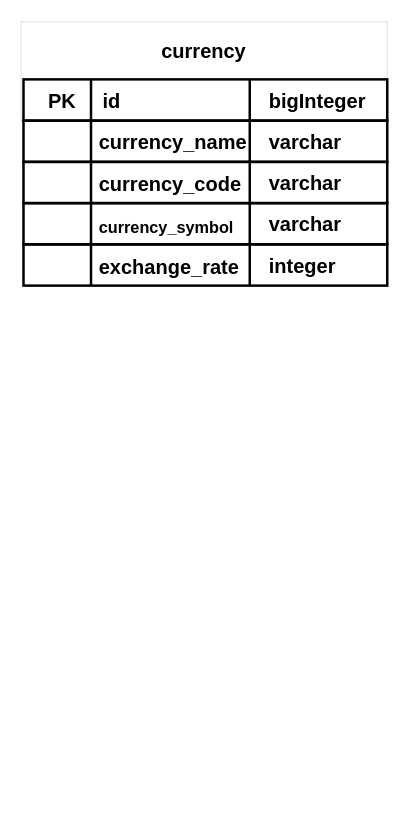
Earlier version of the draw.io diagram page "general" (2 of 4) of inventory_db.drawio (efthakhar/inventory_sytem_database_design). Source tidied: cells renumbered, new cells numbered last; positions are measured from the earlier drawing's top-left corner, leaving out a move shared by most shapes. Both pictures are drawn from the tidied source at 125%, with x=0, y=0 at pixel (20, 21).
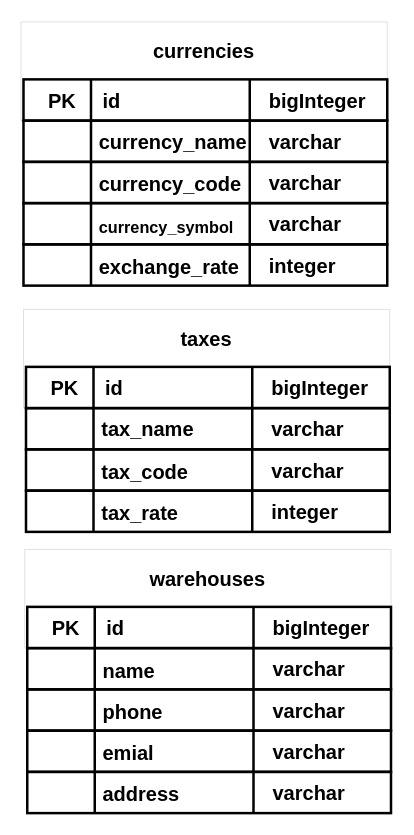
Above is the later version.

The edit, as a diff of the source:
```diff
@@
-    <mxCell id="2" value="currency" style="swimlane;startSize=45;fontSize=16;strokeColor=#000000;swimlaneLine=0;fontColor=default;strokeWidth=0;rounded=0;" parent="1" vertex="1">
+    <mxCell id="2" value="currencies" style="swimlane;startSize=45;fontSize=16;strokeColor=#000000;swimlaneLine=0;fontColor=default;strokeWidth=0;rounded=0;" parent="1" vertex="1">
       <mxGeometry x="0.3" width="293" height="79" as="geometry" />
     </mxCell>
@@
+    <mxCell id="29" value="taxes" style="swimlane;startSize=45;fontSize=16;strokeColor=#000000;swimlaneLine=0;fontColor=default;strokeWidth=0;rounded=0;" parent="1" vertex="1">
+      <mxGeometry x="2.3" y="230" width="293" height="79" as="geometry" />
+    </mxCell>
+    <mxCell id="30" style="rounded=0;whiteSpace=wrap;html=1;labelBorderColor=none;fontSize=12;fontColor=default;strokeColor=#000000;strokeWidth=2;fillColor=none;flipV=0;flipH=1;rotation=0;" parent="29" vertex="1">
+      <mxGeometry x="2" y="46" width="291" height="33" as="geometry" />
+    </mxCell>
+    <mxCell id="31" value="bigInteger" style="text;html=1;align=left;verticalAlign=middle;fillColor=none;strokeColor=none;rounded=0;labelBorderColor=none;fontSize=16;fontColor=#000000;fontStyle=1;labelPosition=center;verticalLabelPosition=middle;spacing=0;flipV=0;flipH=1;rotation=0;" parent="30" vertex="1">
+      <mxGeometry x="197" y="5" width="87" height="23" as="geometry" />
+    </mxCell>
+    <mxCell id="32" value="id" style="text;html=1;align=left;verticalAlign=middle;fillColor=none;strokeColor=none;rounded=0;labelBorderColor=none;fontSize=16;fontColor=#000000;fontStyle=1;labelPosition=center;verticalLabelPosition=middle;flipV=0;flipH=1;rotation=0;" parent="30" vertex="1">
+      <mxGeometry x="62" y="5" width="24" height="23" as="geometry" />
+    </mxCell>
+    <mxCell id="33" value="PK" style="text;html=1;align=center;verticalAlign=middle;fillColor=none;strokeColor=none;rounded=0;labelBorderColor=none;fontSize=16;fontColor=#000000;fontStyle=1;labelPosition=center;verticalLabelPosition=middle;flipV=0;flipH=1;rotation=0;" parent="30" vertex="1">
+      <mxGeometry x="15" y="5" width="32" height="23" as="geometry" />
+    </mxCell>
+    <mxCell id="34" style="line;strokeWidth=2;direction=south;html=1;perimeter=backbonePerimeter;labelBorderColor=none;fontSize=12;fontColor=#000000;fillColor=none;strokeColor=#000000;flipV=0;flipH=1;rotation=0;rounded=0;" parent="30" vertex="1">
+      <mxGeometry x="49" width="10" height="33" as="geometry" />
+    </mxCell>
+    <mxCell id="35" style="line;strokeWidth=2;direction=south;html=1;perimeter=backbonePerimeter;labelBorderColor=none;fontSize=12;fontColor=#000000;fillColor=none;strokeColor=#000000;flipV=0;flipH=1;rotation=0;rounded=0;" parent="30" vertex="1">
+      <mxGeometry x="176" width="10" height="33" as="geometry" />
+    </mxCell>
+    <mxCell id="36" style="rounded=0;whiteSpace=wrap;html=1;labelBorderColor=none;fontSize=12;fontColor=default;strokeColor=#000000;strokeWidth=2;fillColor=none;flipV=0;flipH=1;rotation=0;" parent="1" vertex="1">
+      <mxGeometry x="4.3" y="309" width="291" height="33" as="geometry" />
+    </mxCell>
+    <mxCell id="37" value="varchar" style="text;html=1;align=left;verticalAlign=middle;fillColor=none;strokeColor=none;rounded=0;labelBorderColor=none;fontSize=16;fontColor=#000000;fontStyle=1;labelPosition=center;verticalLabelPosition=middle;spacing=0;flipV=0;flipH=1;rotation=0;" parent="36" vertex="1">
+      <mxGeometry x="197" y="5" width="68" height="23" as="geometry" />
+    </mxCell>
+    <mxCell id="38" value="tax_name" style="text;html=1;align=left;verticalAlign=middle;fillColor=none;strokeColor=none;rounded=0;labelBorderColor=none;fontSize=16;fontColor=#000000;fontStyle=1;labelPosition=center;verticalLabelPosition=middle;flipV=0;flipH=1;rotation=0;" parent="36" vertex="1">
+      <mxGeometry x="59" y="5" width="84" height="23" as="geometry" />
+    </mxCell>
+    <mxCell id="39" style="line;strokeWidth=2;direction=south;html=1;perimeter=backbonePerimeter;labelBorderColor=none;fontSize=12;fontColor=#000000;fillColor=none;strokeColor=#000000;flipV=0;flipH=1;rotation=0;rounded=0;" parent="36" vertex="1">
+      <mxGeometry x="49" width="10" height="33" as="geometry" />
+    </mxCell>
+    <mxCell id="40" style="line;strokeWidth=2;direction=south;html=1;perimeter=backbonePerimeter;labelBorderColor=none;fontSize=12;fontColor=#000000;fillColor=none;strokeColor=#000000;flipV=0;flipH=1;rotation=0;rounded=0;" parent="36" vertex="1">
+      <mxGeometry x="176" width="10" height="33" as="geometry" />
+    </mxCell>
+    <mxCell id="41" style="rounded=0;whiteSpace=wrap;html=1;labelBorderColor=none;fontSize=12;fontColor=default;strokeColor=#000000;strokeWidth=2;fillColor=none;flipV=0;flipH=1;rotation=0;" parent="1" vertex="1">
+      <mxGeometry x="4.3" y="342" width="291" height="33" as="geometry" />
+    </mxCell>
+    <mxCell id="42" value="varchar" style="text;html=1;align=left;verticalAlign=middle;fillColor=none;strokeColor=none;rounded=0;labelBorderColor=none;fontSize=16;fontColor=#000000;fontStyle=1;labelPosition=center;verticalLabelPosition=middle;spacing=0;flipV=0;flipH=1;rotation=0;" parent="41" vertex="1">
+      <mxGeometry x="197" y="5" width="68" height="23" as="geometry" />
+    </mxCell>
+    <mxCell id="43" value="&lt;font style=&quot;font-size: 16px&quot;&gt;tax_code&lt;/font&gt;" style="text;html=1;align=left;verticalAlign=middle;fillColor=none;strokeColor=none;rounded=0;labelBorderColor=none;fontSize=16;fontColor=#000000;fontStyle=1;labelPosition=center;verticalLabelPosition=middle;flipV=0;flipH=1;rotation=0;" parent="41" vertex="1">
+      <mxGeometry x="59" y="6" width="79" height="23" as="geometry" />
+    </mxCell>
+    <mxCell id="44" style="line;strokeWidth=2;direction=south;html=1;perimeter=backbonePerimeter;labelBorderColor=none;fontSize=12;fontColor=#000000;fillColor=none;strokeColor=#000000;flipV=0;flipH=1;rotation=0;rounded=0;" parent="41" vertex="1">
+      <mxGeometry x="49" width="10" height="33" as="geometry" />
+    </mxCell>
+    <mxCell id="45" style="line;strokeWidth=2;direction=south;html=1;perimeter=backbonePerimeter;labelBorderColor=none;fontSize=12;fontColor=#000000;fillColor=none;strokeColor=#000000;flipV=0;flipH=1;rotation=0;rounded=0;" parent="41" vertex="1">
+      <mxGeometry x="176" width="10" height="33" as="geometry" />
+    </mxCell>
+    <mxCell id="46" style="rounded=0;whiteSpace=wrap;html=1;labelBorderColor=none;fontSize=12;fontColor=default;strokeColor=#000000;strokeWidth=2;fillColor=none;flipV=0;flipH=1;rotation=0;" parent="1" vertex="1">
+      <mxGeometry x="4.3" y="375" width="291" height="33" as="geometry" />
+    </mxCell>
+    <mxCell id="47" value="integer" style="text;html=1;align=left;verticalAlign=middle;fillColor=none;strokeColor=none;rounded=0;labelBorderColor=none;fontSize=16;fontColor=#000000;fontStyle=1;labelPosition=center;verticalLabelPosition=middle;spacing=0;flipV=0;flipH=1;rotation=0;" parent="46" vertex="1">
+      <mxGeometry x="197" y="5" width="63" height="23" as="geometry" />
+    </mxCell>
+    <mxCell id="48" value="tax_rate" style="text;html=1;align=left;verticalAlign=middle;fillColor=none;strokeColor=none;rounded=0;labelBorderColor=none;fontSize=16;fontColor=#000000;fontStyle=1;labelPosition=center;verticalLabelPosition=middle;flipV=0;flipH=1;rotation=0;" parent="46" vertex="1">
+      <mxGeometry x="59" y="6" width="71" height="23" as="geometry" />
+    </mxCell>
+    <mxCell id="49" style="line;strokeWidth=2;direction=south;html=1;perimeter=backbonePerimeter;labelBorderColor=none;fontSize=12;fontColor=#000000;fillColor=none;strokeColor=#000000;flipV=0;flipH=1;rotation=0;rounded=0;" parent="46" vertex="1">
+      <mxGeometry x="49" width="10" height="33" as="geometry" />
+    </mxCell>
+    <mxCell id="50" style="line;strokeWidth=2;direction=south;html=1;perimeter=backbonePerimeter;labelBorderColor=none;fontSize=12;fontColor=#000000;fillColor=none;strokeColor=#000000;flipV=0;flipH=1;rotation=0;rounded=0;" parent="46" vertex="1">
+      <mxGeometry x="176" width="10" height="33" as="geometry" />
+    </mxCell>
+    <mxCell id="51" style="group;" parent="1" vertex="1">
+      <mxGeometry x="3.3" y="422" width="293" height="211" as="geometry" />
+    </mxCell>
+    <mxCell id="52" value="warehouses" style="swimlane;startSize=45;fontSize=16;strokeColor=#000000;swimlaneLine=0;fontColor=default;strokeWidth=0;rounded=0;" parent="51" vertex="1">
+      <mxGeometry width="293" height="79" as="geometry" />
+    </mxCell>
+    <mxCell id="53" style="rounded=0;whiteSpace=wrap;html=1;labelBorderColor=none;fontSize=12;fontColor=default;strokeColor=#000000;strokeWidth=2;fillColor=none;flipV=0;flipH=1;rotation=0;" parent="52" vertex="1">
+      <mxGeometry x="2" y="46" width="291" height="33" as="geometry" />
+    </mxCell>
+    <mxCell id="54" value="bigInteger" style="text;html=1;align=left;verticalAlign=middle;fillColor=none;strokeColor=none;rounded=0;labelBorderColor=none;fontSize=16;fontColor=#000000;fontStyle=1;labelPosition=center;verticalLabelPosition=middle;spacing=0;flipV=0;flipH=1;rotation=0;" parent="53" vertex="1">
+      <mxGeometry x="197" y="5" width="87" height="23" as="geometry" />
+    </mxCell>
+    <mxCell id="55" value="id" style="text;html=1;align=left;verticalAlign=middle;fillColor=none;strokeColor=none;rounded=0;labelBorderColor=none;fontSize=16;fontColor=#000000;fontStyle=1;labelPosition=center;verticalLabelPosition=middle;flipV=0;flipH=1;rotation=0;" parent="53" vertex="1">
+      <mxGeometry x="62" y="5" width="24" height="23" as="geometry" />
+    </mxCell>
+    <mxCell id="56" value="PK" style="text;html=1;align=center;verticalAlign=middle;fillColor=none;strokeColor=none;rounded=0;labelBorderColor=none;fontSize=16;fontColor=#000000;fontStyle=1;labelPosition=center;verticalLabelPosition=middle;flipV=0;flipH=1;rotation=0;" parent="53" vertex="1">
+      <mxGeometry x="15" y="5" width="32" height="23" as="geometry" />
+    </mxCell>
+    <mxCell id="57" style="line;strokeWidth=2;direction=south;html=1;perimeter=backbonePerimeter;labelBorderColor=none;fontSize=12;fontColor=#000000;fillColor=none;strokeColor=#000000;flipV=0;flipH=1;rotation=0;rounded=0;" parent="53" vertex="1">
+      <mxGeometry x="49" width="10" height="33" as="geometry" />
+    </mxCell>
+    <mxCell id="58" style="line;strokeWidth=2;direction=south;html=1;perimeter=backbonePerimeter;labelBorderColor=none;fontSize=12;fontColor=#000000;fillColor=none;strokeColor=#000000;flipV=0;flipH=1;rotation=0;rounded=0;" parent="53" vertex="1">
+      <mxGeometry x="176" width="10" height="33" as="geometry" />
+    </mxCell>
+    <mxCell id="59" style="rounded=0;whiteSpace=wrap;html=1;labelBorderColor=none;fontSize=12;fontColor=default;strokeColor=#000000;strokeWidth=2;fillColor=none;flipV=0;flipH=1;rotation=0;" parent="51" vertex="1">
+      <mxGeometry x="2" y="79" width="291" height="33" as="geometry" />
+    </mxCell>
+    <mxCell id="60" value="varchar" style="text;html=1;align=left;verticalAlign=middle;fillColor=none;strokeColor=none;rounded=0;labelBorderColor=none;fontSize=16;fontColor=#000000;fontStyle=1;labelPosition=center;verticalLabelPosition=middle;spacing=0;flipV=0;flipH=1;rotation=0;" parent="59" vertex="1">
+      <mxGeometry x="197" y="5" width="68" height="23" as="geometry" />
+    </mxCell>
+    <mxCell id="61" value="&lt;font style=&quot;font-size: 16px&quot;&gt;name&lt;/font&gt;" style="text;html=1;align=left;verticalAlign=middle;fillColor=none;strokeColor=none;rounded=0;labelBorderColor=none;fontSize=16;fontColor=#000000;fontStyle=1;labelPosition=center;verticalLabelPosition=middle;flipV=0;flipH=1;rotation=0;" parent="59" vertex="1">
+      <mxGeometry x="59" y="6" width="52" height="23" as="geometry" />
+    </mxCell>
+    <mxCell id="62" style="line;strokeWidth=2;direction=south;html=1;perimeter=backbonePerimeter;labelBorderColor=none;fontSize=12;fontColor=#000000;fillColor=none;strokeColor=#000000;flipV=0;flipH=1;rotation=0;rounded=0;" parent="59" vertex="1">
+      <mxGeometry x="49" width="10" height="33" as="geometry" />
+    </mxCell>
+    <mxCell id="63" style="line;strokeWidth=2;direction=south;html=1;perimeter=backbonePerimeter;labelBorderColor=none;fontSize=12;fontColor=#000000;fillColor=none;strokeColor=#000000;flipV=0;flipH=1;rotation=0;rounded=0;" parent="59" vertex="1">
+      <mxGeometry x="176" width="10" height="33" as="geometry" />
+    </mxCell>
+    <mxCell id="64" style="rounded=0;whiteSpace=wrap;html=1;labelBorderColor=none;fontSize=12;fontColor=default;strokeColor=#000000;strokeWidth=2;fillColor=none;flipV=0;flipH=1;rotation=0;" parent="51" vertex="1">
+      <mxGeometry x="2" y="112" width="291" height="33" as="geometry" />
+    </mxCell>
+    <mxCell id="65" value="varchar" style="text;html=1;align=left;verticalAlign=middle;fillColor=none;strokeColor=none;rounded=0;labelBorderColor=none;fontSize=16;fontColor=#000000;fontStyle=1;labelPosition=center;verticalLabelPosition=middle;spacing=0;flipV=0;flipH=1;rotation=0;" parent="64" vertex="1">
+      <mxGeometry x="197" y="5" width="68" height="23" as="geometry" />
+    </mxCell>
+    <mxCell id="66" value="phone" style="text;html=1;align=left;verticalAlign=middle;fillColor=none;strokeColor=none;rounded=0;labelBorderColor=none;fontSize=16;fontColor=#000000;fontStyle=1;labelPosition=center;verticalLabelPosition=middle;flipV=0;flipH=1;rotation=0;" parent="64" vertex="1">
+      <mxGeometry x="59" y="6" width="58" height="23" as="geometry" />
+    </mxCell>
+    <mxCell id="67" style="line;strokeWidth=2;direction=south;html=1;perimeter=backbonePerimeter;labelBorderColor=none;fontSize=12;fontColor=#000000;fillColor=none;strokeColor=#000000;flipV=0;flipH=1;rotation=0;rounded=0;" parent="64" vertex="1">
+      <mxGeometry x="49" width="10" height="33" as="geometry" />
+    </mxCell>
+    <mxCell id="68" style="line;strokeWidth=2;direction=south;html=1;perimeter=backbonePerimeter;labelBorderColor=none;fontSize=12;fontColor=#000000;fillColor=none;strokeColor=#000000;flipV=0;flipH=1;rotation=0;rounded=0;" parent="64" vertex="1">
+      <mxGeometry x="176" width="10" height="33" as="geometry" />
+    </mxCell>
+    <mxCell id="69" style="rounded=0;whiteSpace=wrap;html=1;labelBorderColor=none;fontSize=12;fontColor=default;strokeColor=#000000;strokeWidth=2;fillColor=none;flipV=0;flipH=1;rotation=0;" parent="51" vertex="1">
+      <mxGeometry x="2" y="145" width="291" height="33" as="geometry" />
+    </mxCell>
+    <mxCell id="70" value="varchar" style="text;html=1;align=left;verticalAlign=middle;fillColor=none;strokeColor=none;rounded=0;labelBorderColor=none;fontSize=16;fontColor=#000000;fontStyle=1;labelPosition=center;verticalLabelPosition=middle;spacing=0;flipV=0;flipH=1;rotation=0;" parent="69" vertex="1">
+      <mxGeometry x="197" y="5" width="68" height="23" as="geometry" />
+    </mxCell>
+    <mxCell id="71" value="emial" style="text;html=1;align=left;verticalAlign=middle;fillColor=none;strokeColor=none;rounded=0;labelBorderColor=none;fontSize=16;fontColor=#000000;fontStyle=1;labelPosition=center;verticalLabelPosition=middle;flipV=0;flipH=1;rotation=0;" parent="69" vertex="1">
+      <mxGeometry x="59" y="6" width="51" height="23" as="geometry" />
+    </mxCell>
+    <mxCell id="72" style="line;strokeWidth=2;direction=south;html=1;perimeter=backbonePerimeter;labelBorderColor=none;fontSize=12;fontColor=#000000;fillColor=none;strokeColor=#000000;flipV=0;flipH=1;rotation=0;rounded=0;" parent="69" vertex="1">
+      <mxGeometry x="49" width="10" height="33" as="geometry" />
+    </mxCell>
+    <mxCell id="73" style="line;strokeWidth=2;direction=south;html=1;perimeter=backbonePerimeter;labelBorderColor=none;fontSize=12;fontColor=#000000;fillColor=none;strokeColor=#000000;flipV=0;flipH=1;rotation=0;rounded=0;" parent="69" vertex="1">
+      <mxGeometry x="176" width="10" height="33" as="geometry" />
+    </mxCell>
+    <mxCell id="74" style="rounded=0;whiteSpace=wrap;html=1;labelBorderColor=none;fontSize=12;fontColor=default;strokeColor=#000000;strokeWidth=2;fillColor=none;flipV=0;flipH=1;rotation=0;" parent="51" vertex="1">
+      <mxGeometry x="2" y="178" width="291" height="33" as="geometry" />
+    </mxCell>
+    <mxCell id="75" value="varchar" style="text;html=1;align=left;verticalAlign=middle;fillColor=none;strokeColor=none;rounded=0;labelBorderColor=none;fontSize=16;fontColor=#000000;fontStyle=1;labelPosition=center;verticalLabelPosition=middle;spacing=0;flipV=0;flipH=1;rotation=0;" parent="74" vertex="1">
+      <mxGeometry x="197" y="5" width="68" height="23" as="geometry" />
+    </mxCell>
+    <mxCell id="76" value="address" style="text;html=1;align=left;verticalAlign=middle;fillColor=none;strokeColor=none;rounded=0;labelBorderColor=none;fontSize=16;fontColor=#000000;fontStyle=1;labelPosition=center;verticalLabelPosition=middle;flipV=0;flipH=1;rotation=0;" parent="74" vertex="1">
+      <mxGeometry x="59" y="6" width="71" height="23" as="geometry" />
+    </mxCell>
+    <mxCell id="77" style="line;strokeWidth=2;direction=south;html=1;perimeter=backbonePerimeter;labelBorderColor=none;fontSize=12;fontColor=#000000;fillColor=none;strokeColor=#000000;flipV=0;flipH=1;rotation=0;rounded=0;" parent="74" vertex="1">
+      <mxGeometry x="49" width="10" height="33" as="geometry" />
+    </mxCell>
+    <mxCell id="78" style="line;strokeWidth=2;direction=south;html=1;perimeter=backbonePerimeter;labelBorderColor=none;fontSize=12;fontColor=#000000;fillColor=none;strokeColor=#000000;flipV=0;flipH=1;rotation=0;rounded=0;" parent="74" vertex="1">
+      <mxGeometry x="176" width="10" height="33" as="geometry" />
+    </mxCell>
```
